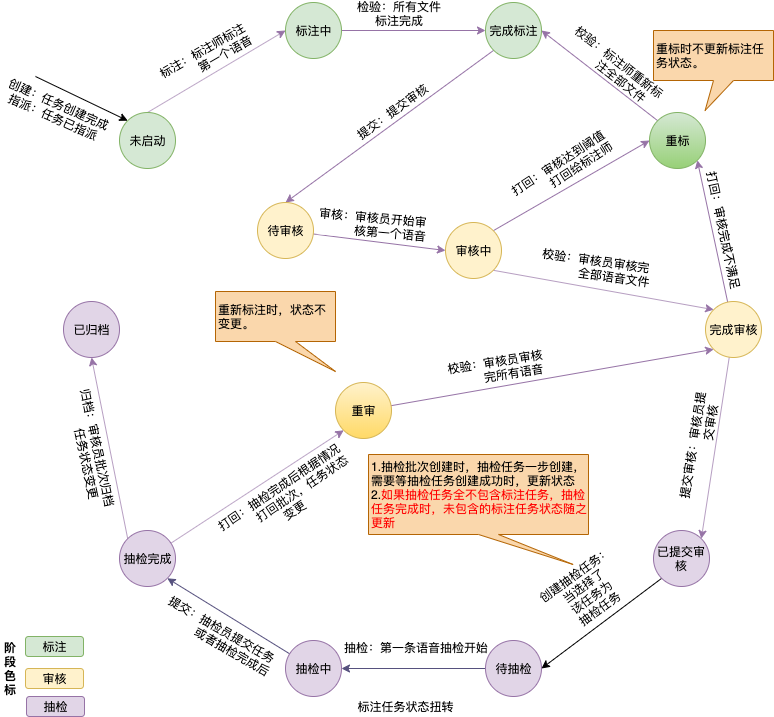
The draw.io diagram 标注状态转变图.png in gumuqi/draw.io, before a commit. Source tidied: cells renumbered, new cells last; positions are measured from the earlier drawing's top-left corner, leaving out a move shared by most shapes.
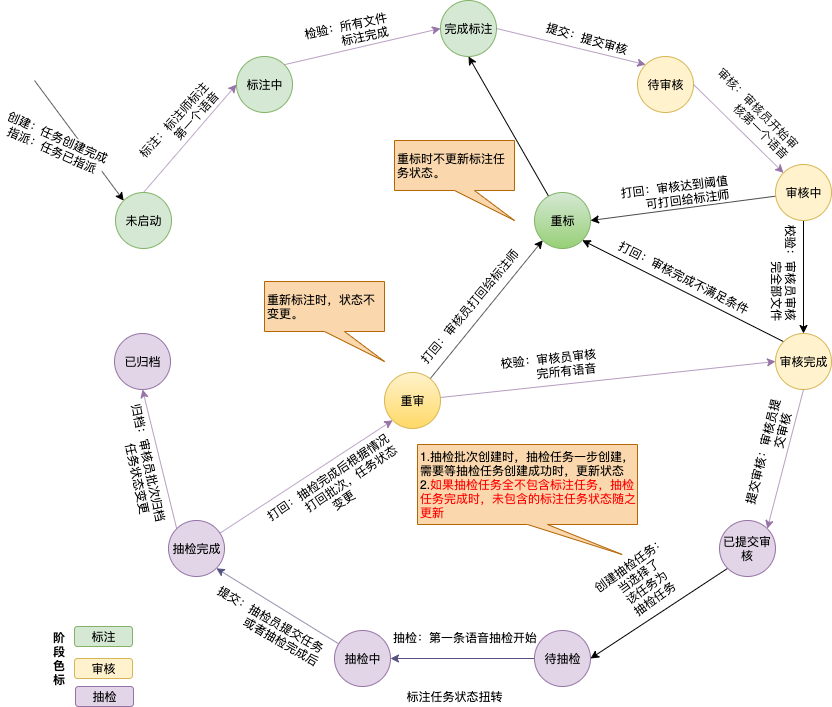
Above is the later version.

Commit message:
已添加 标注状态转变图.png

The edit, as a diff of the source:
```diff
@@ -5,14 +5,14 @@
     <mxCell id="2" style="rounded=0;jettySize=auto;html=1;entryX=0;entryY=0.5;entryDx=0;entryDy=0;fillColor=#e1d5e7;strokeColor=#9673a6;exitX=0.5;exitY=0;exitDx=0;exitDy=0;" parent="1" edge="1" source="6" target="9">
       <mxGeometry relative="1" as="geometry" />
     </mxCell>
-    <mxCell id="3" value="标注：标注师标注&lt;br&gt;&amp;nbsp; &amp;nbsp; &amp;nbsp; &amp;nbsp; &amp;nbsp; &amp;nbsp;第一个语音" style="text;html=1;align=center;verticalAlign=middle;labelBackgroundColor=#ffffff;rotation=330;" parent="2" vertex="1">
+    <mxCell id="3" value="标注：标注师标注&lt;br&gt;&amp;nbsp; &amp;nbsp; &amp;nbsp; &amp;nbsp; &amp;nbsp; &amp;nbsp;第一个语音" style="text;html=1;align=center;verticalAlign=middle;labelBackgroundColor=#ffffff;rotation=312;" parent="2" vertex="1">
       <mxGeometry x="-0.02" y="2" relative="1" as="geometry">
         <mxPoint x="-9" y="-14" as="offset" />
       </mxGeometry>
     </mxCell>
     <mxCell id="4" style="edgeStyle=none;rounded=0;jettySize=auto;html=1;startArrow=classic;startFill=1;endArrow=none;endFill=0;exitX=0;exitY=0;exitDx=0;exitDy=0;" parent="1" edge="1" source="6">
       <mxGeometry relative="1" as="geometry">
-        <mxPoint x="50" y="74" as="targetPoint" />
+        <mxPoint y="88" as="targetPoint" />
       </mxGeometry>
     </mxCell>
     <mxCell id="5" value="&lt;span style=&quot;text-align: left&quot;&gt;创建：任务创建完成&lt;/span&gt;&lt;br style=&quot;text-align: left&quot;&gt;&lt;span style=&quot;text-align: left&quot;&gt;指派：任务已指派&lt;/span&gt;" style="text;html=1;align=center;verticalAlign=middle;labelBackgroundColor=#ffffff;rotation=24;" parent="4" vertex="1">
@@ -21,89 +21,84 @@
       </mxGeometry>
     </mxCell>
     <mxCell id="6" value="未启动" style="ellipse;whiteSpace=wrap;html=1;fillColor=#d5e8d4;strokeColor=#82b366;" parent="1" vertex="1">
-      <mxGeometry x="134" y="110" width="56" height="56" as="geometry" />
+      <mxGeometry x="81" y="200" width="56" height="56" as="geometry" />
     </mxCell>
-    <mxCell id="7" style="rounded=0;jettySize=auto;html=1;entryX=0;entryY=0.5;entryDx=0;entryDy=0;fillColor=#e1d5e7;strokeColor=#9673a6;" parent="1" edge="1" source="9" target="12">
+    <mxCell id="7" style="rounded=0;jettySize=auto;html=1;entryX=0;entryY=0.5;entryDx=0;entryDy=0;fillColor=#e1d5e7;strokeColor=#9673a6;exitX=1;exitY=0;exitDx=0;exitDy=0;" parent="1" edge="1" source="9" target="12">
       <mxGeometry x="-0.17" y="42" relative="1" as="geometry" />
     </mxCell>
-    <mxCell id="8" value="&lt;span style=&quot;font-size: 11px&quot;&gt;检验：所有文件&lt;/span&gt;&lt;br style=&quot;font-size: 11px&quot;&gt;&lt;span style=&quot;font-size: 11px&quot;&gt;标注完成&lt;/span&gt;" style="text;html=1;align=center;verticalAlign=middle;labelBackgroundColor=#ffffff;rotation=0;direction=south;" parent="7" vertex="1">
+    <mxCell id="8" value="&lt;span style=&quot;font-size: 11px&quot;&gt;检验：所有文件&lt;/span&gt;&lt;br style=&quot;font-size: 11px&quot;&gt;&lt;span style=&quot;font-size: 11px&quot;&gt;&amp;nbsp; &amp;nbsp; &amp;nbsp; &amp;nbsp; &amp;nbsp; 标注完成&lt;/span&gt;" style="text;html=1;align=center;verticalAlign=middle;labelBackgroundColor=#ffffff;rotation=348;direction=south;" parent="7" vertex="1">
       <mxGeometry x="-0.17" y="2" relative="1" as="geometry">
         <mxPoint x="-2.5" y="-16" as="offset" />
       </mxGeometry>
     </mxCell>
     <mxCell id="9" value="标注中" style="ellipse;whiteSpace=wrap;html=1;fillColor=#d5e8d4;strokeColor=#82b366;" parent="1" vertex="1">
-      <mxGeometry x="300" width="56" height="56" as="geometry" />
+      <mxGeometry x="202" y="64" width="56" height="56" as="geometry" />
     </mxCell>
-    <mxCell id="10" style="rounded=0;jettySize=auto;html=1;exitX=0;exitY=1;exitDx=0;exitDy=0;entryX=0.5;entryY=0;entryDx=0;entryDy=0;fillColor=#e1d5e7;strokeColor=#9673a6;" parent="1" edge="1" source="12" target="15">
-      <mxGeometry relative="1" as="geometry" />
-    </mxCell>
-    <mxCell id="11" value="提交：提交审核" style="text;html=1;align=center;verticalAlign=middle;labelBackgroundColor=#ffffff;rotation=324;" parent="10" vertex="1">
-      <mxGeometry x="-0.15" y="1" relative="1" as="geometry">
-        <mxPoint x="-13.5" y="-5" as="offset" />
-      </mxGeometry>
-    </mxCell>
     <mxCell id="12" value="完成标注" style="ellipse;whiteSpace=wrap;html=1;fillColor=#d5e8d4;strokeColor=#82b366;" parent="1" vertex="1">
-      <mxGeometry x="500" width="56" height="56" as="geometry" />
+      <mxGeometry x="406" y="8" width="56" height="56" as="geometry" />
     </mxCell>
-    <mxCell id="13" style="rounded=0;jettySize=auto;html=1;entryX=0;entryY=0.5;entryDx=0;entryDy=0;fillColor=#e1d5e7;strokeColor=#9673a6;" parent="1" edge="1" source="15" target="20">
-      <mxGeometry relative="1" as="geometry" />
-    </mxCell>
-    <mxCell id="14" value="审核：审核员开始审&lt;br&gt;&amp;nbsp; &amp;nbsp; &amp;nbsp; &amp;nbsp; &amp;nbsp; &amp;nbsp;核第一个语音" style="text;html=1;align=center;verticalAlign=middle;labelBackgroundColor=#ffffff;rotation=5;" parent="13" vertex="1">
-      <mxGeometry x="0.08" y="-2" relative="1" as="geometry">
-        <mxPoint x="-12" y="-20.5" as="offset" />
-      </mxGeometry>
-    </mxCell>
+    <mxCell id="56" style="edgeStyle=none;rounded=0;jettySize=auto;html=1;entryX=0.5;entryY=1;entryDx=0;entryDy=0;startArrow=none;startFill=0;endArrow=classic;endFill=1;" parent="1" edge="1" source="15" target="12">
+      <mxGeometry relative="1" as="geometry" />
+    </mxCell>
-    <mxCell id="15" value="待审核" style="ellipse;whiteSpace=wrap;html=1;fillColor=#fff2cc;strokeColor=#d6b656;" parent="1" vertex="1">
-      <mxGeometry x="272" y="200" width="56" height="56" as="geometry" />
+    <mxCell id="15" value="重标" style="ellipse;whiteSpace=wrap;html=1;fillColor=#d5e8d4;strokeColor=#82b366;gradientColor=#97d077;" parent="1" vertex="1">
+      <mxGeometry x="500" y="200" width="56" height="56" as="geometry" />
     </mxCell>
-    <mxCell id="16" style="rounded=0;jettySize=auto;html=1;entryX=0;entryY=0.5;entryDx=0;entryDy=0;fillColor=#e1d5e7;strokeColor=#9673a6;exitX=1;exitY=0;exitDx=0;exitDy=0;" parent="1" edge="1" source="20" target="23">
-      <mxGeometry relative="1" as="geometry" />
-    </mxCell>
-    <mxCell id="17" value="打回：审核达到阈值&lt;br&gt;&amp;nbsp; &amp;nbsp; &amp;nbsp; &amp;nbsp; &amp;nbsp; &amp;nbsp;打回给标注师" style="text;html=1;align=center;verticalAlign=middle;labelBackgroundColor=#ffffff;rotation=327;" parent="16" vertex="1">
-      <mxGeometry x="-0.45" relative="1" as="geometry">
-        <mxPoint x="25" y="-37.5" as="offset" />
-      </mxGeometry>
-    </mxCell>
-    <mxCell id="18" style="rounded=0;jettySize=auto;html=1;entryX=0;entryY=0;entryDx=0;entryDy=0;exitX=1;exitY=1;exitDx=0;exitDy=0;fillColor=#e1d5e7;strokeColor=#9673a6;" parent="1" edge="1" source="20" target="28">
-      <mxGeometry relative="1" as="geometry" />
-    </mxCell>
-    <mxCell id="19" value="校验：审核员审核完&lt;br&gt;&amp;nbsp; &amp;nbsp; &amp;nbsp; &amp;nbsp; &amp;nbsp; &amp;nbsp; 全部语音文件" style="text;html=1;align=center;verticalAlign=middle;labelBackgroundColor=#ffffff;rotation=8;" parent="18" vertex="1">
-      <mxGeometry x="-0.4" y="1" relative="1" as="geometry">
-        <mxPoint x="35.5" y="-14" as="offset" />
-      </mxGeometry>
-    </mxCell>
+    <mxCell id="57" style="edgeStyle=none;rounded=0;jettySize=auto;html=1;exitX=0;exitY=0;exitDx=0;exitDy=0;entryX=1;entryY=1;entryDx=0;entryDy=0;startArrow=none;startFill=0;endArrow=classic;endFill=1;" parent="1" edge="1" source="20" target="15">
+      <mxGeometry relative="1" as="geometry" />
+    </mxCell>
+    <mxCell id="58" value="打回：审核完成不满足条件" style="text;html=1;align=center;verticalAlign=middle;labelBackgroundColor=#ffffff;rotation=27;" parent="57" vertex="1">
+      <mxGeometry x="0.41" relative="1" as="geometry">
+        <mxPoint x="43" y="6.5" as="offset" />
+      </mxGeometry>
+    </mxCell>
-    <mxCell id="20" value="审核中" style="ellipse;whiteSpace=wrap;html=1;fillColor=#fff2cc;strokeColor=#d6b656;" parent="1" vertex="1">
-      <mxGeometry x="460" y="220" width="56" height="56" as="geometry" />
+    <mxCell id="20" value="审核完成" style="ellipse;whiteSpace=wrap;html=1;fillColor=#fff2cc;strokeColor=#d6b656;" parent="1" vertex="1">
+      <mxGeometry x="741" y="341" width="56" height="56" as="geometry" />
     </mxCell>
-    <mxCell id="21" style="rounded=0;jettySize=auto;html=1;entryX=1;entryY=0.5;entryDx=0;entryDy=0;elbow=vertical;fillColor=#e1d5e7;strokeColor=#9673a6;exitX=0;exitY=0;exitDx=0;exitDy=0;" parent="1" edge="1" source="23" target="12">
+    <mxCell id="21" style="rounded=0;jettySize=auto;html=1;entryX=1;entryY=0.5;entryDx=0;entryDy=0;elbow=vertical;fillColor=#e1d5e7;strokeColor=#9673a6;exitX=0;exitY=0;exitDx=0;exitDy=0;startArrow=classic;startFill=1;endArrow=none;endFill=0;" parent="1" edge="1" source="23" target="12">
       <mxGeometry relative="1" as="geometry" />
     </mxCell>
-    <mxCell id="22" value="校验：标注师重新标&lt;br&gt;&amp;nbsp; &amp;nbsp; &amp;nbsp; &amp;nbsp; 注全部文件" style="text;html=1;align=center;verticalAlign=middle;labelBackgroundColor=#ffffff;rotation=38;" parent="21" vertex="1">
+    <mxCell id="22" value="提交：提交审核" style="text;html=1;align=center;verticalAlign=middle;labelBackgroundColor=#ffffff;rotation=16;" parent="21" vertex="1">
       <mxGeometry x="-0.16" relative="1" as="geometry">
-        <mxPoint x="7" y="-16" as="offset" />
+        <mxPoint x="4" y="-12" as="offset" />
       </mxGeometry>
     </mxCell>
-    <mxCell id="23" value="重标" style="ellipse;whiteSpace=wrap;html=1;fillColor=#d5e8d4;strokeColor=#82b366;gradientColor=#97d077;" parent="1" vertex="1">
-      <mxGeometry x="664" y="110" width="56" height="56" as="geometry" />
+    <mxCell id="23" value="待审核" style="ellipse;whiteSpace=wrap;html=1;fillColor=#fff2cc;strokeColor=#d6b656;" parent="1" vertex="1">
+      <mxGeometry x="603" y="64" width="56" height="56" as="geometry" />
     </mxCell>
-    <mxCell id="24" style="rounded=0;jettySize=auto;html=1;entryX=1;entryY=1;entryDx=0;entryDy=0;fillColor=#e1d5e7;strokeColor=#9673a6;" parent="1" edge="1" source="28" target="23">
+    <mxCell id="24" style="rounded=0;jettySize=auto;html=1;entryX=1;entryY=0.5;entryDx=0;entryDy=0;fillColor=#e1d5e7;strokeColor=#9673a6;startArrow=classic;startFill=1;endArrow=none;endFill=0;" parent="1" edge="1" source="28" target="23">
       <mxGeometry relative="1" as="geometry" />
     </mxCell>
-    <mxCell id="25" value="打回：审核完成不满足" style="text;html=1;align=center;verticalAlign=middle;labelBackgroundColor=#ffffff;rotation=78;" parent="24" vertex="1">
+    <mxCell id="25" value="审核：审核员开始审&lt;br&gt;&amp;nbsp; &amp;nbsp; &amp;nbsp; &amp;nbsp; &amp;nbsp; &amp;nbsp;核第一个语音" style="text;html=1;align=center;verticalAlign=middle;labelBackgroundColor=#ffffff;rotation=45;" parent="24" vertex="1">
       <mxGeometry x="0.25" y="-1" relative="1" as="geometry">
-        <mxPoint x="15.5" y="16.5" as="offset" />
+        <mxPoint x="26.5" y="-4.5" as="offset" />
       </mxGeometry>
     </mxCell>
-    <mxCell id="26" style="rounded=0;jettySize=auto;html=1;fillColor=#e1d5e7;strokeColor=#9673a6;entryX=1;entryY=0;entryDx=0;entryDy=0;" parent="1" edge="1" source="28" target="52">
+    <mxCell id="26" style="rounded=0;jettySize=auto;html=1;fillColor=#e1d5e7;strokeColor=#9673a6;entryX=1;entryY=0;entryDx=0;entryDy=0;exitX=0.5;exitY=1;exitDx=0;exitDy=0;" parent="1" edge="1" source="20" target="52">
       <mxGeometry relative="1" as="geometry" />
     </mxCell>
-    <mxCell id="27" value="提交审核：审核员提&lt;br&gt;&amp;nbsp; &amp;nbsp; &amp;nbsp; &amp;nbsp; &amp;nbsp; &amp;nbsp; &amp;nbsp; &amp;nbsp;交审核" style="text;html=1;align=center;verticalAlign=middle;labelBackgroundColor=#ffffff;rotation=279;" parent="26" vertex="1">
+    <mxCell id="27" value="提交审核：审核员提&lt;br&gt;&amp;nbsp; &amp;nbsp; &amp;nbsp; &amp;nbsp; &amp;nbsp; &amp;nbsp; &amp;nbsp; &amp;nbsp;交审核" style="text;html=1;align=center;verticalAlign=middle;labelBackgroundColor=#ffffff;rotation=284;" parent="26" vertex="1">
       <mxGeometry x="0.18" relative="1" as="geometry">
         <mxPoint x="-13.5" y="-17.5" as="offset" />
       </mxGeometry>
     </mxCell>
+    <mxCell id="59" style="rounded=0;jettySize=auto;html=1;entryX=0.5;entryY=0;entryDx=0;entryDy=0;startArrow=none;startFill=0;endArrow=classic;endFill=1;" parent="1" edge="1" source="28" target="20">
+      <mxGeometry relative="1" as="geometry" />
+    </mxCell>
+    <mxCell id="60" value="校验：审核员审核&lt;br&gt;&amp;nbsp; &amp;nbsp; &amp;nbsp; &amp;nbsp; &amp;nbsp; &amp;nbsp;完全部文件" style="text;html=1;align=center;verticalAlign=middle;labelBackgroundColor=#ffffff;rotation=90;" parent="59" vertex="1">
+      <mxGeometry x="-0.61" y="-1" relative="1" as="geometry">
+        <mxPoint x="-18" y="30" as="offset" />
+      </mxGeometry>
+    </mxCell>
+    <mxCell id="61" style="edgeStyle=none;rounded=0;jettySize=auto;html=1;startArrow=none;startFill=0;endArrow=classic;endFill=1;entryX=1;entryY=0.5;entryDx=0;entryDy=0;" parent="1" edge="1" source="28" target="15">
+      <mxGeometry relative="1" as="geometry" />
+    </mxCell>
+    <mxCell id="62" value="打回：审核达到阈值&lt;br&gt;&amp;nbsp; &amp;nbsp; &amp;nbsp; &amp;nbsp;可打回给标注师" style="text;html=1;align=center;verticalAlign=middle;labelBackgroundColor=#ffffff;rotation=353;" parent="61" vertex="1">
+      <mxGeometry x="0.32" y="-2" relative="1" as="geometry">
+        <mxPoint x="21" y="-17.5" as="offset" />
+      </mxGeometry>
+    </mxCell>
-    <mxCell id="28" value="完成审核" style="ellipse;whiteSpace=wrap;html=1;fillColor=#fff2cc;strokeColor=#d6b656;" parent="1" vertex="1">
-      <mxGeometry x="720" y="299" width="56" height="56" as="geometry" />
+    <mxCell id="28" value="审核中" style="ellipse;whiteSpace=wrap;html=1;fillColor=#fff2cc;strokeColor=#d6b656;" parent="1" vertex="1">
+      <mxGeometry x="741" y="172" width="56" height="56" as="geometry" />
     </mxCell>
     <mxCell id="29" style="rounded=0;jettySize=auto;html=1;entryX=0.5;entryY=1;entryDx=0;entryDy=0;fillColor=#e1d5e7;strokeColor=#9673a6;exitX=0;exitY=0;exitDx=0;exitDy=0;" parent="1" edge="1" source="33" target="34">
       <mxGeometry relative="1" as="geometry" />
@@ -125,16 +120,24 @@
       <mxGeometry x="134" y="528" width="56" height="56" as="geometry" />
     </mxCell>
     <mxCell id="34" value="已归档" style="ellipse;whiteSpace=wrap;html=1;fillColor=#e1d5e7;strokeColor=#9673a6;" parent="1" vertex="1">
-      <mxGeometry x="78" y="299" width="56" height="56" as="geometry" />
+      <mxGeometry x="80" y="341" width="56" height="56" as="geometry" />
     </mxCell>
-    <mxCell id="35" style="rounded=0;jettySize=auto;html=1;entryX=0;entryY=1;entryDx=0;entryDy=0;fillColor=#e1d5e7;strokeColor=#9673a6;" parent="1" edge="1" source="37" target="28">
+    <mxCell id="35" style="rounded=0;jettySize=auto;html=1;entryX=0;entryY=0.5;entryDx=0;entryDy=0;fillColor=#e1d5e7;strokeColor=#9673a6;" parent="1" edge="1" source="37" target="20">
       <mxGeometry relative="1" as="geometry" />
     </mxCell>
-    <mxCell id="36" value="校验：审核员审核&lt;br&gt;&amp;nbsp; &amp;nbsp; &amp;nbsp; &amp;nbsp; &amp;nbsp; 完所有语音" style="text;html=1;align=center;verticalAlign=middle;labelBackgroundColor=#ffffff;rotation=351;" parent="35" vertex="1">
+    <mxCell id="36" value="校验：审核员审核&lt;br&gt;&amp;nbsp; &amp;nbsp; &amp;nbsp; &amp;nbsp; &amp;nbsp; 完所有语音" style="text;html=1;align=center;verticalAlign=middle;labelBackgroundColor=#ffffff;rotation=354;" parent="35" vertex="1">
       <mxGeometry x="-0.41" y="2" relative="1" as="geometry">
         <mxPoint x="10.5" y="-19.5" as="offset" />
       </mxGeometry>
     </mxCell>
+    <mxCell id="63" style="edgeStyle=none;rounded=0;jettySize=auto;html=1;entryX=0;entryY=1;entryDx=0;entryDy=0;startArrow=none;startFill=0;endArrow=classic;endFill=1;" parent="1" edge="1" source="37" target="15">
+      <mxGeometry relative="1" as="geometry" />
+    </mxCell>
+    <mxCell id="64" value="打回：审核员打回给标注师" style="text;html=1;align=center;verticalAlign=middle;labelBackgroundColor=#ffffff;rotation=310;" parent="63" vertex="1">
+      <mxGeometry x="-0.28" y="3" relative="1" as="geometry">
+        <mxPoint x="0.5" y="-20.5" as="offset" />
+      </mxGeometry>
+    </mxCell>
     <mxCell id="37" value="重审" style="ellipse;whiteSpace=wrap;html=1;fillColor=#fff2cc;strokeColor=#d6b656;gradientColor=#ffd966;" parent="1" vertex="1">
       <mxGeometry x="350" y="380" width="56" height="56" as="geometry" />
     </mxCell>
@@ -190,7 +193,7 @@
       </mxGeometry>
     </mxCell>
     <mxCell id="52" value="已提交审核" style="ellipse;whiteSpace=wrap;html=1;fillColor=#e1d5e7;strokeColor=#9673a6;" parent="1" vertex="1">
-      <mxGeometry x="668" y="528" width="56" height="56" as="geometry" />
+      <mxGeometry x="685" y="528" width="56" height="56" as="geometry" />
     </mxCell>
     <mxCell id="53" value="1.抽检批次创建时，抽检任务一步创建，需要等抽检任务创建成功时，更新状态&lt;br&gt;2.&lt;font color=&quot;#ff0000&quot;&gt;如果抽检任务全不包含标注任务，抽检任务完成时，未包含的标注任务状态随之更新&lt;/font&gt;" style="shape=callout;whiteSpace=wrap;html=1;perimeter=calloutPerimeter;position2=0.93;align=left;fillColor=#fad7ac;strokeColor=#b46504;" parent="1" vertex="1">
       <mxGeometry x="383" y="452" width="220" height="110" as="geometry" />
@@ -198,8 +201,11 @@
     <mxCell id="54" value="重新标注时，状态不变更。" style="shape=callout;whiteSpace=wrap;html=1;perimeter=calloutPerimeter;align=left;position2=1;fillColor=#fad7ac;strokeColor=#b46504;" parent="1" vertex="1">
       <mxGeometry x="230" y="289" width="120" height="80" as="geometry" />
     </mxCell>
-    <mxCell id="55" value="重标时不更新标注任务状态。" style="shape=callout;whiteSpace=wrap;html=1;perimeter=calloutPerimeter;align=left;position2=0.43;fillColor=#fad7ac;strokeColor=#b46504;" parent="1" vertex="1">
-      <mxGeometry x="668" y="28" width="120" height="80" as="geometry" />
+    <mxCell id="55" value="重标时不更新标注任务状态。" style="shape=callout;whiteSpace=wrap;html=1;perimeter=calloutPerimeter;align=left;position2=1;fillColor=#fad7ac;strokeColor=#b46504;" parent="1" vertex="1">
+      <mxGeometry x="360" y="148" width="120" height="80" as="geometry" />
     </mxCell>
+    <mxCell id="65" style="edgeStyle=none;rounded=0;orthogonalLoop=1;jettySize=auto;html=1;entryX=1;entryY=0;entryDx=0;entryDy=0;startArrow=none;startFill=0;endArrow=classic;endFill=1;" parent="1" edge="1" source="6" target="6">
+      <mxGeometry relative="1" as="geometry" />
+    </mxCell>
   </root>
 </mxGraphModel>
```
